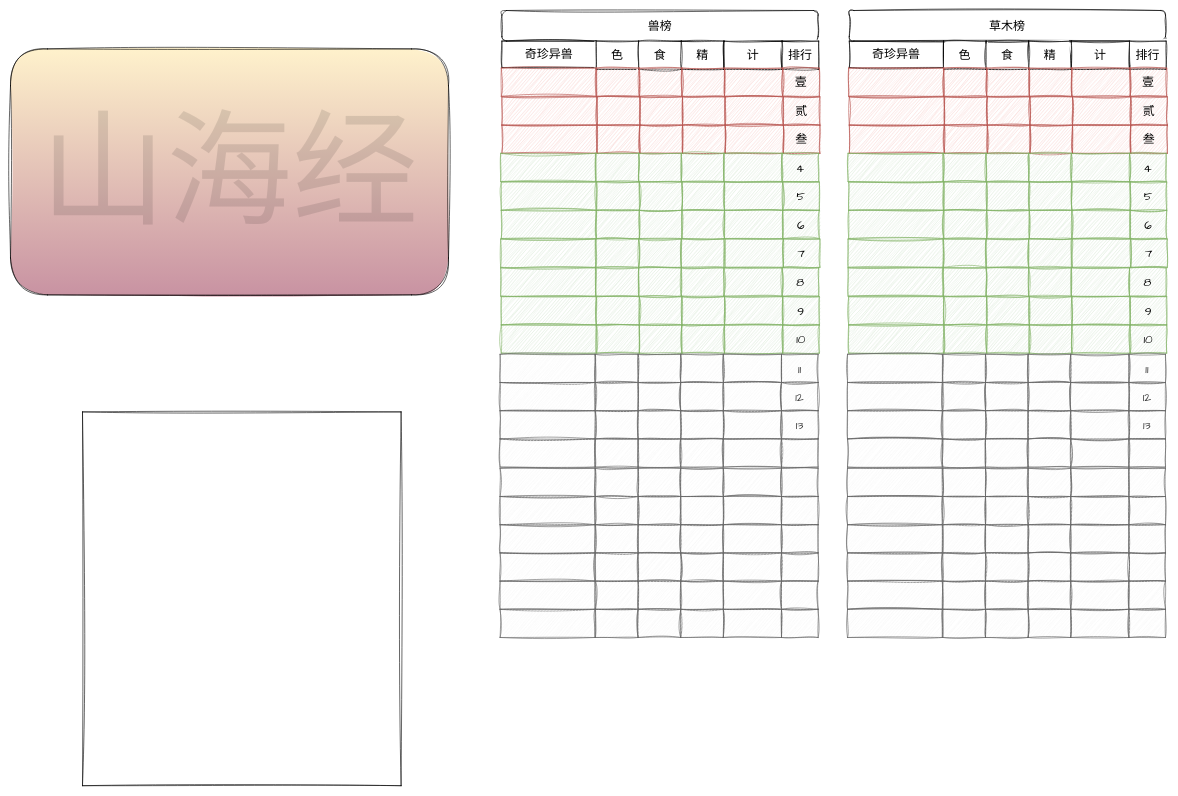
lillcol/diagrams keeps this draw.io diagram as src/sanzhoushanhaijun/三粥山海君.drawio. Above is the earlier version. Source tidied: cells renumbered, new cells numbered last; positions are measured from the earlier drawing's top-left corner, leaving out a move shared by most shapes. Both pictures are drawn from the tidied source at 60%, with x=0, y=0 at pixel (10, 10).
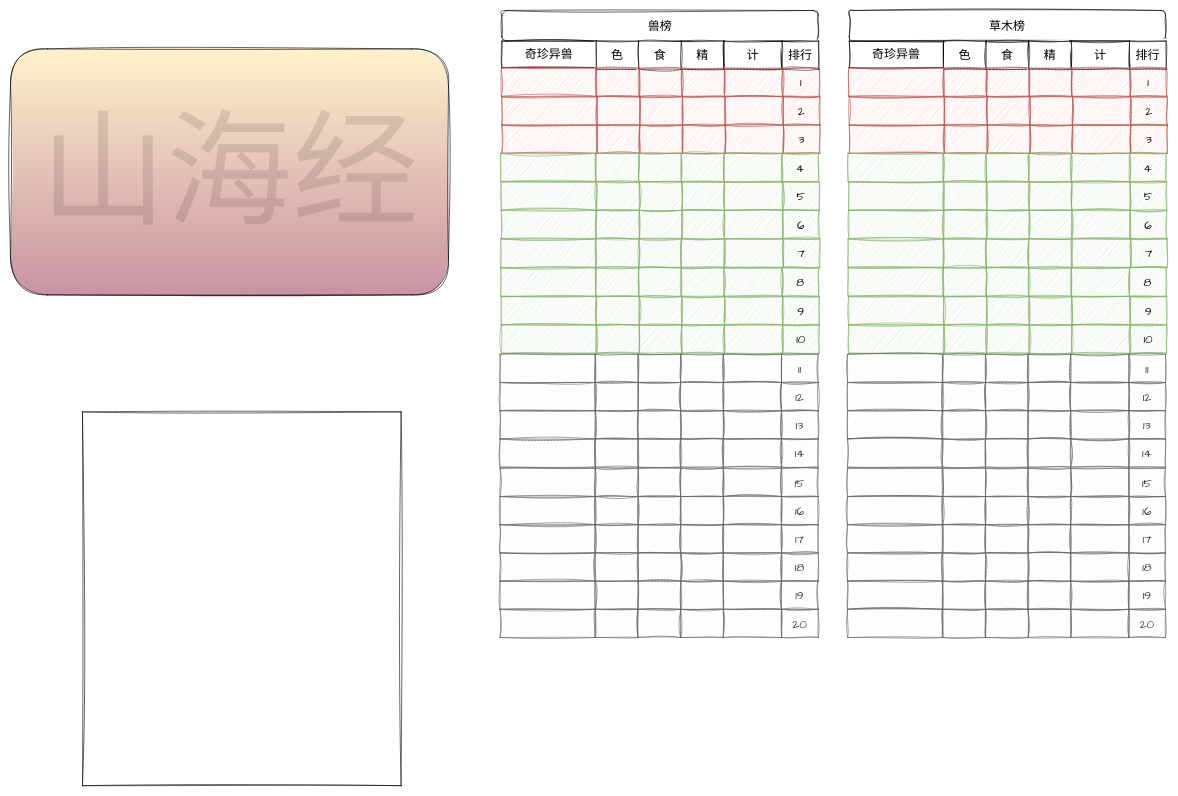
After the change.

Commit message:
更新三粥山海君.drawio

The change refers to these unchanged cells:
```xml
<mxCell id="4" style="group;" parent="1" vertex="1">
  <mxGeometry x="816" width="533" height="1045" as="geometry" />
</mxCell>
<mxCell id="5" style="group;" parent="4" vertex="1">
  <mxGeometry width="533" height="620" as="geometry" />
</mxCell>
<mxCell id="133" style="group;" parent="1" vertex="1">
  <mxGeometry x="1395" width="533" height="1045" as="geometry" />
</mxCell>
<mxCell id="134" style="group;" parent="133" vertex="1">
  <mxGeometry width="533" height="620" as="geometry" />
</mxCell>
```

Change to the diagram source:
```diff
@@
-    <mxCell id="18" value="壹" style="rounded=0;whiteSpace=wrap;html=1;sketch=1;hachureGap=4;jiggle=2;curveFitting=1;fontFamily=Architects Daughter;fontSize=20;fillColor=#f8cecc;strokeColor=#b85450;" parent="5" vertex="1">
+    <mxCell id="18" value="1" style="rounded=0;whiteSpace=wrap;html=1;sketch=1;hachureGap=4;jiggle=2;curveFitting=1;fontFamily=Architects Daughter;fontSize=20;fillColor=#f8cecc;strokeColor=#b85450;" parent="5" vertex="1">
       <mxGeometry x="471" y="96" width="61" height="47" as="geometry" />
     </mxCell>
@@
-    <mxCell id="24" value="贰" style="rounded=0;whiteSpace=wrap;html=1;sketch=1;hachureGap=4;jiggle=2;curveFitting=1;fontFamily=Architects Daughter;fontSize=20;fillColor=#f8cecc;strokeColor=#b85450;" parent="5" vertex="1">
+    <mxCell id="24" value="2" style="rounded=0;whiteSpace=wrap;html=1;sketch=1;hachureGap=4;jiggle=2;curveFitting=1;fontFamily=Architects Daughter;fontSize=20;fillColor=#f8cecc;strokeColor=#b85450;" parent="5" vertex="1">
       <mxGeometry x="472" y="144" width="61" height="47" as="geometry" />
     </mxCell>
@@
-    <mxCell id="30" value="叁" style="rounded=0;whiteSpace=wrap;html=1;sketch=1;hachureGap=4;jiggle=2;curveFitting=1;fontFamily=Architects Daughter;fontSize=20;fillColor=#f8cecc;strokeColor=#b85450;" parent="5" vertex="1">
+    <mxCell id="30" value="3" style="rounded=0;whiteSpace=wrap;html=1;sketch=1;hachureGap=4;jiggle=2;curveFitting=1;fontFamily=Architects Daughter;fontSize=20;fillColor=#f8cecc;strokeColor=#b85450;" parent="5" vertex="1">
       <mxGeometry x="472" y="191" width="61" height="47" as="geometry" />
     </mxCell>
@@
-    <mxCell id="96" style="rounded=0;whiteSpace=wrap;html=1;sketch=1;hachureGap=4;jiggle=2;curveFitting=1;fontFamily=Architects Daughter;fontSize=20;fillColor=#f5f5f5;fontColor=#333333;strokeColor=#666666;" parent="4" vertex="1">
+    <mxCell id="96" value="14" style="rounded=0;whiteSpace=wrap;html=1;sketch=1;hachureGap=4;jiggle=2;curveFitting=1;fontFamily=Architects Daughter;fontSize=20;fillColor=#f5f5f5;fontColor=#333333;strokeColor=#666666;" parent="4" vertex="1">
       <mxGeometry x="469" y="714" width="61" height="47" as="geometry" />
     </mxCell>
@@
-    <mxCell id="102" style="rounded=0;whiteSpace=wrap;html=1;sketch=1;hachureGap=4;jiggle=2;curveFitting=1;fontFamily=Architects Daughter;fontSize=20;fillColor=#f5f5f5;fontColor=#333333;strokeColor=#666666;" parent="4" vertex="1">
+    <mxCell id="102" value="15" style="rounded=0;whiteSpace=wrap;html=1;sketch=1;hachureGap=4;jiggle=2;curveFitting=1;fontFamily=Architects Daughter;fontSize=20;fillColor=#f5f5f5;fontColor=#333333;strokeColor=#666666;" parent="4" vertex="1">
       <mxGeometry x="469" y="763" width="61" height="47" as="geometry" />
     </mxCell>
@@
-    <mxCell id="108" style="rounded=0;whiteSpace=wrap;html=1;sketch=1;hachureGap=4;jiggle=2;curveFitting=1;fontFamily=Architects Daughter;fontSize=20;fillColor=#f5f5f5;fontColor=#333333;strokeColor=#666666;" parent="4" vertex="1">
+    <mxCell id="108" value="16" style="rounded=0;whiteSpace=wrap;html=1;sketch=1;hachureGap=4;jiggle=2;curveFitting=1;fontFamily=Architects Daughter;fontSize=20;fillColor=#f5f5f5;fontColor=#333333;strokeColor=#666666;" parent="4" vertex="1">
       <mxGeometry x="469" y="810" width="61" height="47" as="geometry" />
     </mxCell>
@@
-    <mxCell id="114" style="rounded=0;whiteSpace=wrap;html=1;sketch=1;hachureGap=4;jiggle=2;curveFitting=1;fontFamily=Architects Daughter;fontSize=20;fillColor=#f5f5f5;fontColor=#333333;strokeColor=#666666;" parent="4" vertex="1">
+    <mxCell id="114" value="17" style="rounded=0;whiteSpace=wrap;html=1;sketch=1;hachureGap=4;jiggle=2;curveFitting=1;fontFamily=Architects Daughter;fontSize=20;fillColor=#f5f5f5;fontColor=#333333;strokeColor=#666666;" parent="4" vertex="1">
       <mxGeometry x="469" y="857" width="61" height="47" as="geometry" />
     </mxCell>
@@
-    <mxCell id="120" style="rounded=0;whiteSpace=wrap;html=1;sketch=1;hachureGap=4;jiggle=2;curveFitting=1;fontFamily=Architects Daughter;fontSize=20;fillColor=#f5f5f5;fontColor=#333333;strokeColor=#666666;" parent="4" vertex="1">
+    <mxCell id="120" value="18" style="rounded=0;whiteSpace=wrap;html=1;sketch=1;hachureGap=4;jiggle=2;curveFitting=1;fontFamily=Architects Daughter;fontSize=20;fillColor=#f5f5f5;fontColor=#333333;strokeColor=#666666;" parent="4" vertex="1">
       <mxGeometry x="469" y="904" width="61" height="47" as="geometry" />
     </mxCell>
@@
-    <mxCell id="126" style="rounded=0;whiteSpace=wrap;html=1;sketch=1;hachureGap=4;jiggle=2;curveFitting=1;fontFamily=Architects Daughter;fontSize=20;fillColor=#f5f5f5;fontColor=#333333;strokeColor=#666666;" parent="4" vertex="1">
+    <mxCell id="126" value="19" style="rounded=0;whiteSpace=wrap;html=1;sketch=1;hachureGap=4;jiggle=2;curveFitting=1;fontFamily=Architects Daughter;fontSize=20;fillColor=#f5f5f5;fontColor=#333333;strokeColor=#666666;" parent="4" vertex="1">
       <mxGeometry x="469" y="951" width="61" height="47" as="geometry" />
     </mxCell>
@@
-    <mxCell id="132" style="rounded=0;whiteSpace=wrap;html=1;sketch=1;hachureGap=4;jiggle=2;curveFitting=1;fontFamily=Architects Daughter;fontSize=20;fillColor=#f5f5f5;fontColor=#333333;strokeColor=#666666;" parent="4" vertex="1">
+    <mxCell id="132" value="20" style="rounded=0;whiteSpace=wrap;html=1;sketch=1;hachureGap=4;jiggle=2;curveFitting=1;fontFamily=Architects Daughter;fontSize=20;fillColor=#f5f5f5;fontColor=#333333;strokeColor=#666666;" parent="4" vertex="1">
       <mxGeometry x="469" y="998" width="61" height="47" as="geometry" />
     </mxCell>
@@
-    <mxCell id="147" value="壹" style="rounded=0;whiteSpace=wrap;html=1;sketch=1;hachureGap=4;jiggle=2;curveFitting=1;fontFamily=Architects Daughter;fontSize=20;fillColor=#f8cecc;strokeColor=#b85450;" parent="134" vertex="1">
+    <mxCell id="147" value="1" style="rounded=0;whiteSpace=wrap;html=1;sketch=1;hachureGap=4;jiggle=2;curveFitting=1;fontFamily=Architects Daughter;fontSize=20;fillColor=#f8cecc;strokeColor=#b85450;" parent="134" vertex="1">
       <mxGeometry x="471" y="96" width="61" height="47" as="geometry" />
     </mxCell>
@@
-    <mxCell id="153" value="贰" style="rounded=0;whiteSpace=wrap;html=1;sketch=1;hachureGap=4;jiggle=2;curveFitting=1;fontFamily=Architects Daughter;fontSize=20;fillColor=#f8cecc;strokeColor=#b85450;" parent="134" vertex="1">
+    <mxCell id="153" value="2" style="rounded=0;whiteSpace=wrap;html=1;sketch=1;hachureGap=4;jiggle=2;curveFitting=1;fontFamily=Architects Daughter;fontSize=20;fillColor=#f8cecc;strokeColor=#b85450;" parent="134" vertex="1">
       <mxGeometry x="472" y="144" width="61" height="47" as="geometry" />
     </mxCell>
@@
-    <mxCell id="159" value="叁" style="rounded=0;whiteSpace=wrap;html=1;sketch=1;hachureGap=4;jiggle=2;curveFitting=1;fontFamily=Architects Daughter;fontSize=20;fillColor=#f8cecc;strokeColor=#b85450;" parent="134" vertex="1">
+    <mxCell id="159" value="3" style="rounded=0;whiteSpace=wrap;html=1;sketch=1;hachureGap=4;jiggle=2;curveFitting=1;fontFamily=Architects Daughter;fontSize=20;fillColor=#f8cecc;strokeColor=#b85450;" parent="134" vertex="1">
       <mxGeometry x="472" y="191" width="61" height="47" as="geometry" />
     </mxCell>
@@
-    <mxCell id="225" style="rounded=0;whiteSpace=wrap;html=1;sketch=1;hachureGap=4;jiggle=2;curveFitting=1;fontFamily=Architects Daughter;fontSize=20;fillColor=#f5f5f5;fontColor=#333333;strokeColor=#666666;" parent="133" vertex="1">
+    <mxCell id="225" value="14" style="rounded=0;whiteSpace=wrap;html=1;sketch=1;hachureGap=4;jiggle=2;curveFitting=1;fontFamily=Architects Daughter;fontSize=20;fillColor=#f5f5f5;fontColor=#333333;strokeColor=#666666;" parent="133" vertex="1">
       <mxGeometry x="469" y="714" width="61" height="47" as="geometry" />
     </mxCell>
@@
-    <mxCell id="231" style="rounded=0;whiteSpace=wrap;html=1;sketch=1;hachureGap=4;jiggle=2;curveFitting=1;fontFamily=Architects Daughter;fontSize=20;fillColor=#f5f5f5;fontColor=#333333;strokeColor=#666666;" parent="133" vertex="1">
+    <mxCell id="231" value="15" style="rounded=0;whiteSpace=wrap;html=1;sketch=1;hachureGap=4;jiggle=2;curveFitting=1;fontFamily=Architects Daughter;fontSize=20;fillColor=#f5f5f5;fontColor=#333333;strokeColor=#666666;" parent="133" vertex="1">
       <mxGeometry x="469" y="763" width="61" height="47" as="geometry" />
     </mxCell>
@@
-    <mxCell id="237" style="rounded=0;whiteSpace=wrap;html=1;sketch=1;hachureGap=4;jiggle=2;curveFitting=1;fontFamily=Architects Daughter;fontSize=20;fillColor=#f5f5f5;fontColor=#333333;strokeColor=#666666;" parent="133" vertex="1">
+    <mxCell id="237" value="16" style="rounded=0;whiteSpace=wrap;html=1;sketch=1;hachureGap=4;jiggle=2;curveFitting=1;fontFamily=Architects Daughter;fontSize=20;fillColor=#f5f5f5;fontColor=#333333;strokeColor=#666666;" parent="133" vertex="1">
       <mxGeometry x="469" y="810" width="61" height="47" as="geometry" />
     </mxCell>
@@
-    <mxCell id="243" style="rounded=0;whiteSpace=wrap;html=1;sketch=1;hachureGap=4;jiggle=2;curveFitting=1;fontFamily=Architects Daughter;fontSize=20;fillColor=#f5f5f5;fontColor=#333333;strokeColor=#666666;" parent="133" vertex="1">
+    <mxCell id="243" value="17" style="rounded=0;whiteSpace=wrap;html=1;sketch=1;hachureGap=4;jiggle=2;curveFitting=1;fontFamily=Architects Daughter;fontSize=20;fillColor=#f5f5f5;fontColor=#333333;strokeColor=#666666;" parent="133" vertex="1">
       <mxGeometry x="469" y="857" width="61" height="47" as="geometry" />
     </mxCell>
@@
-    <mxCell id="249" style="rounded=0;whiteSpace=wrap;html=1;sketch=1;hachureGap=4;jiggle=2;curveFitting=1;fontFamily=Architects Daughter;fontSize=20;fillColor=#f5f5f5;fontColor=#333333;strokeColor=#666666;" parent="133" vertex="1">
+    <mxCell id="249" value="18" style="rounded=0;whiteSpace=wrap;html=1;sketch=1;hachureGap=4;jiggle=2;curveFitting=1;fontFamily=Architects Daughter;fontSize=20;fillColor=#f5f5f5;fontColor=#333333;strokeColor=#666666;" parent="133" vertex="1">
       <mxGeometry x="469" y="904" width="61" height="47" as="geometry" />
     </mxCell>
@@
-    <mxCell id="255" style="rounded=0;whiteSpace=wrap;html=1;sketch=1;hachureGap=4;jiggle=2;curveFitting=1;fontFamily=Architects Daughter;fontSize=20;fillColor=#f5f5f5;fontColor=#333333;strokeColor=#666666;" parent="133" vertex="1">
+    <mxCell id="255" value="19" style="rounded=0;whiteSpace=wrap;html=1;sketch=1;hachureGap=4;jiggle=2;curveFitting=1;fontFamily=Architects Daughter;fontSize=20;fillColor=#f5f5f5;fontColor=#333333;strokeColor=#666666;" parent="133" vertex="1">
       <mxGeometry x="469" y="951" width="61" height="47" as="geometry" />
     </mxCell>
@@
-    <mxCell id="261" style="rounded=0;whiteSpace=wrap;html=1;sketch=1;hachureGap=4;jiggle=2;curveFitting=1;fontFamily=Architects Daughter;fontSize=20;fillColor=#f5f5f5;fontColor=#333333;strokeColor=#666666;" parent="133" vertex="1">
+    <mxCell id="261" value="20" style="rounded=0;whiteSpace=wrap;html=1;sketch=1;hachureGap=4;jiggle=2;curveFitting=1;fontFamily=Architects Daughter;fontSize=20;fillColor=#f5f5f5;fontColor=#333333;strokeColor=#666666;" parent="133" vertex="1">
       <mxGeometry x="469" y="998" width="61" height="47" as="geometry" />
     </mxCell>
```
